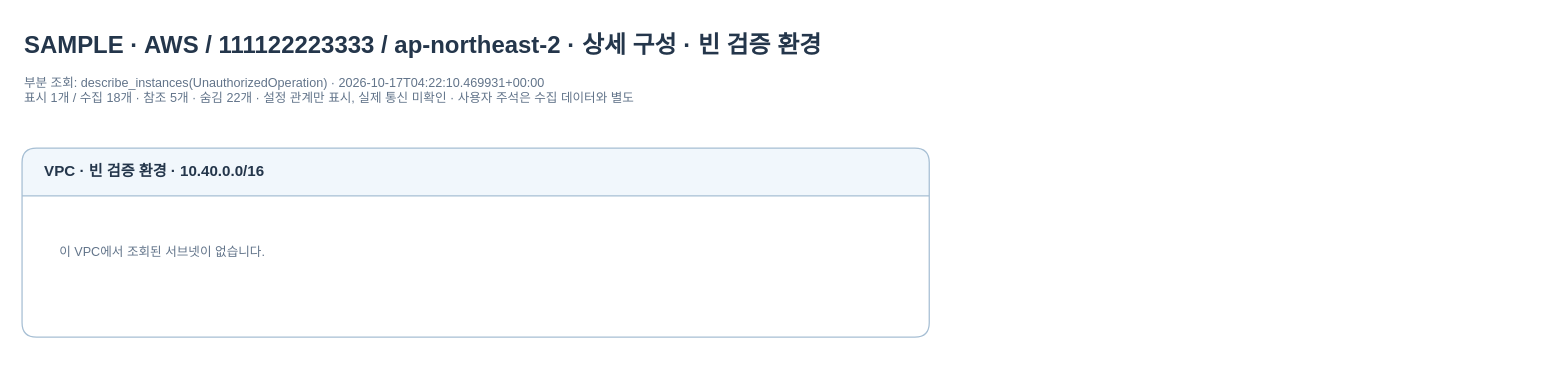
Earlier version of the draw.io diagram page "vpc-empty" (3 of 4) of examples/demo/topology.drawio (men16922/diagram-bot). Source tidied: cells renumbered, new cells numbered last; positions are measured from the earlier drawing's top-left corner, leaving out a move shared by most shapes. Both pictures are drawn from the tidied source at 126%, with x=0, y=0 at pixel (21, 21).
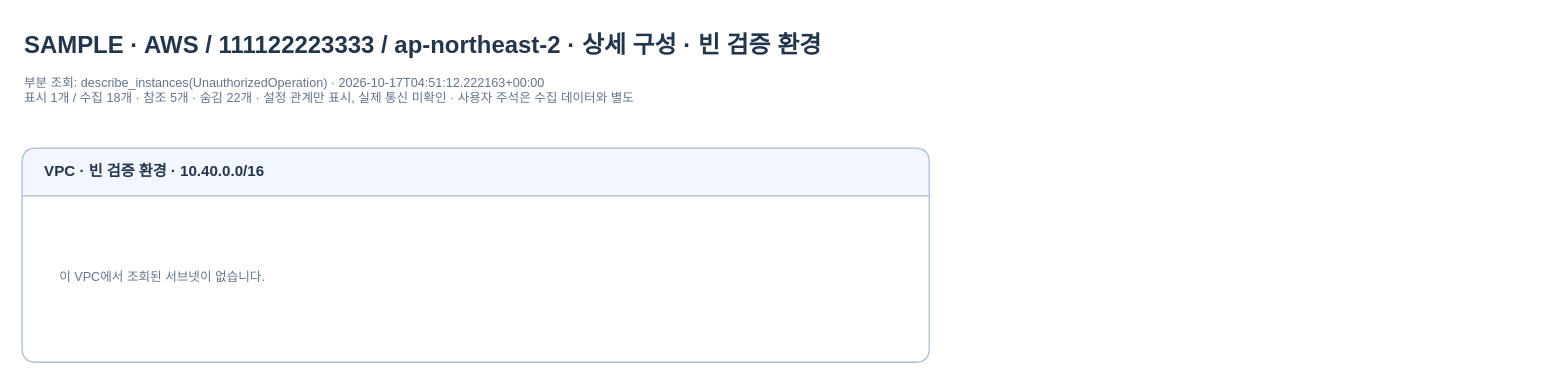
The same diagram, later.

What changed in the source:
```diff
@@
 <mxGraphModel background="#ffffff">
   <root>
     <mxCell id="0" />
     <mxCell id="1" parent="0" />
     <mxCell id="2" value="SAMPLE · AWS / 111122223333 / ap-northeast-2 · 상세 구성 · 빈 검증 환경" style="html=0;fontFamily=Arial;fontSize=12;fontColor=#24364B;text;align=left;fontSize=19;fontStyle=1;strokeColor=none;fillColor=none;" parent="1" vertex="1">
       <mxGeometry width="1200" height="30" as="geometry" />
     </mxCell>
-    <mxCell id="3" value="부분 조회: describe_instances(UnauthorizedOperation) · 2026-10-17T04:22:10.469931+00:00&#10;표시 1개 / 수집 18개 · 참조 5개 · 숨김 22개 · 설정 관계만 표시, 실제 통신 미확인 · 사용자 주석은 수집 데이터와 별도" style="html=0;fontFamily=Arial;fontSize=12;fontColor=#24364B;text;align=left;verticalAlign=top;whiteSpace=wrap;fontSize=10;fontColor=#62748A;strokeColor=none;fillColor=none;" parent="1" vertex="1">
+    <mxCell id="3" value="부분 조회: describe_instances(UnauthorizedOperation) · 2026-10-17T04:51:12.222163+00:00&#10;표시 1개 / 수집 18개 · 참조 5개 · 숨김 22개 · 설정 관계만 표시, 실제 통신 미확인 · 사용자 주석은 수집 데이터와 별도" style="html=0;fontFamily=Arial;fontSize=12;fontColor=#24364B;text;align=left;verticalAlign=top;whiteSpace=wrap;fontSize=10;fontColor=#62748A;strokeColor=none;fillColor=none;" parent="1" vertex="1">
       <mxGeometry y="36" width="960" height="42" as="geometry" />
     </mxCell>
     <mxCell id="4" value="VPC  ·  빈 검증 환경  ·  10.40.0.0/16" style="html=0;fontFamily=Arial;fontSize=12;fontColor=#24364B;swimlane;startSize=38;horizontal=1;rounded=1;arcSize=10;whiteSpace=wrap;fillColor=#F1F7FC;swimlaneFillColor=#FFFFFF;strokeColor=#A7BFD4;fontStyle=1;align=left;spacingLeft=16;" parent="1" vertex="1">
-      <mxGeometry y="100" width="720" height="150" as="geometry" />
+      <mxGeometry y="100" width="720" height="170" as="geometry" />
     </mxCell>
     <mxCell id="5" value="이 VPC에서 조회된 서브넷이 없습니다." style="html=0;fontFamily=Arial;fontSize=12;fontColor=#24364B;text;align=left;verticalAlign=top;whiteSpace=wrap;fontSize=10;fontColor=#62748A;strokeColor=none;fillColor=none;" parent="4" vertex="1">
-      <mxGeometry x="28" y="70" width="420" height="40" as="geometry" />
+      <mxGeometry x="28" y="90" width="420" height="40" as="geometry" />
     </mxCell>
   </root>
 </mxGraphModel>
```
